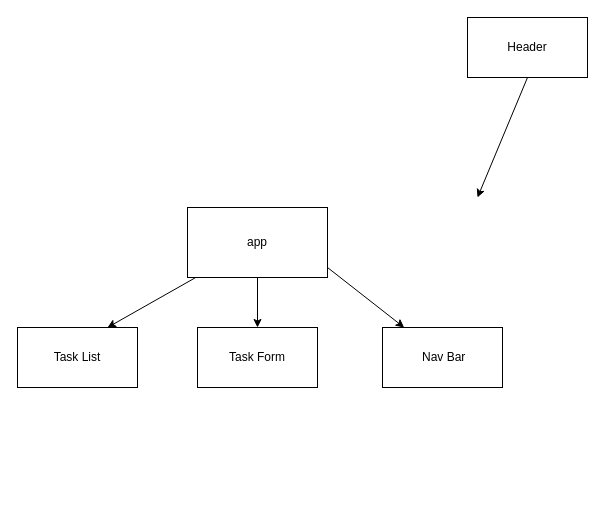
Before: .drawio in marthaeochoa/phase-2-project, a draw.io diagram. Source tidied: cells renumbered, new cells numbered last; positions are measured from the earlier drawing's top-left corner, leaving out a move shared by most shapes. Both pictures are drawn from the tidied source at 100%, with x=0, y=0 at pixel (17, 17).
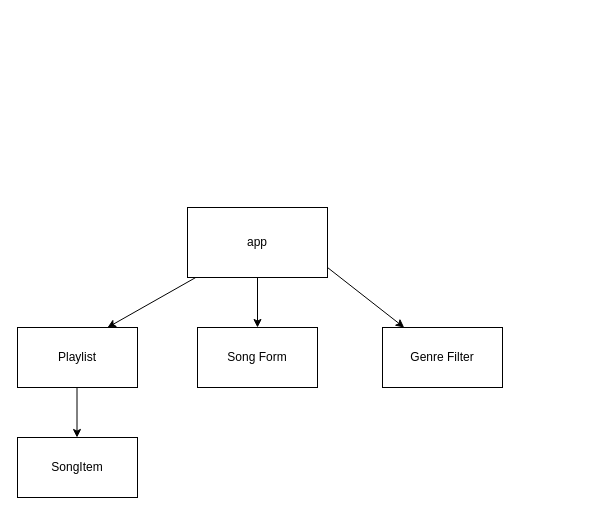
The same page after the edit.

Change to the diagram source:
```diff
@@
 <mxGraphModel>
   <root>
     <mxCell id="0" />
     <mxCell id="1" parent="0" />
     <mxCell id="2" value="app" style="whiteSpace=wrap;html=1;" parent="1" vertex="1">
       <mxGeometry x="170" y="190" width="140" height="70" as="geometry" />
     </mxCell>
-    <mxCell id="3" value="Header" style="whiteSpace=wrap;html=1;" parent="1" vertex="1">
-      <mxGeometry x="450" width="120" height="60" as="geometry" />
-    </mxCell>
-    <mxCell id="4" value="Task Form" style="whiteSpace=wrap;html=1;" parent="1" vertex="1">
+    <mxCell id="4" value="Song Form" style="whiteSpace=wrap;html=1;" parent="1" vertex="1">
       <mxGeometry x="180" y="310" width="120" height="60" as="geometry" />
     </mxCell>
-    <mxCell id="5" value="Task List" style="whiteSpace=wrap;html=1;" parent="1" vertex="1">
+    <mxCell id="5" value="Playlist" style="whiteSpace=wrap;html=1;" parent="1" vertex="1">
       <mxGeometry y="310" width="120" height="60" as="geometry" />
     </mxCell>
     <mxCell id="6" style="edgeStyle=none;jettySize=auto;html=1;" parent="1" edge="1" target="9">
       <mxGeometry relative="1" as="geometry">
         <mxPoint x="310" y="250" as="sourcePoint" />
       </mxGeometry>
     </mxCell>
     <mxCell id="7" style="edgeStyle=none;jettySize=auto;html=1;exitX=0.5;exitY=1;exitDx=0;exitDy=0;" parent="1" edge="1" source="2" target="4">
       <mxGeometry relative="1" as="geometry" />
     </mxCell>
     <mxCell id="8" style="edgeStyle=none;jettySize=auto;html=1;" parent="1" edge="1" source="2">
       <mxGeometry relative="1" as="geometry">
         <mxPoint x="90" y="310" as="targetPoint" />
       </mxGeometry>
     </mxCell>
-    <mxCell id="9" value="&amp;nbsp;Nav Bar" style="whiteSpace=wrap;html=1;" parent="1" vertex="1">
+    <mxCell id="9" value="Genre Filter" style="whiteSpace=wrap;html=1;" parent="1" vertex="1">
       <mxGeometry x="365" y="310" width="120" height="60" as="geometry" />
     </mxCell>
-    <mxCell id="10" style="edgeStyle=none;jettySize=auto;html=1;exitX=0.5;exitY=1;exitDx=0;exitDy=0;" parent="1" edge="1" source="3">
-      <mxGeometry relative="1" as="geometry">
-        <mxPoint x="460" y="180" as="targetPoint" />
-      </mxGeometry>
+    <mxCell id="10" value="SongItem" style="whiteSpace=wrap;html=1;" parent="1" vertex="1">
+      <mxGeometry y="420" width="120" height="60" as="geometry" />
     </mxCell>
+    <mxCell id="11" style="edgeStyle=none;orthogonalLoop=1;jettySize=auto;html=1;exitX=0.5;exitY=1;exitDx=0;exitDy=0;" parent="1" edge="1">
+      <mxGeometry relative="1" as="geometry">
+        <mxPoint x="59.5" y="370" as="sourcePoint" />
+        <mxPoint x="59.5" y="420" as="targetPoint" />
+      </mxGeometry>
+    </mxCell>
   </root>
 </mxGraphModel>
```
